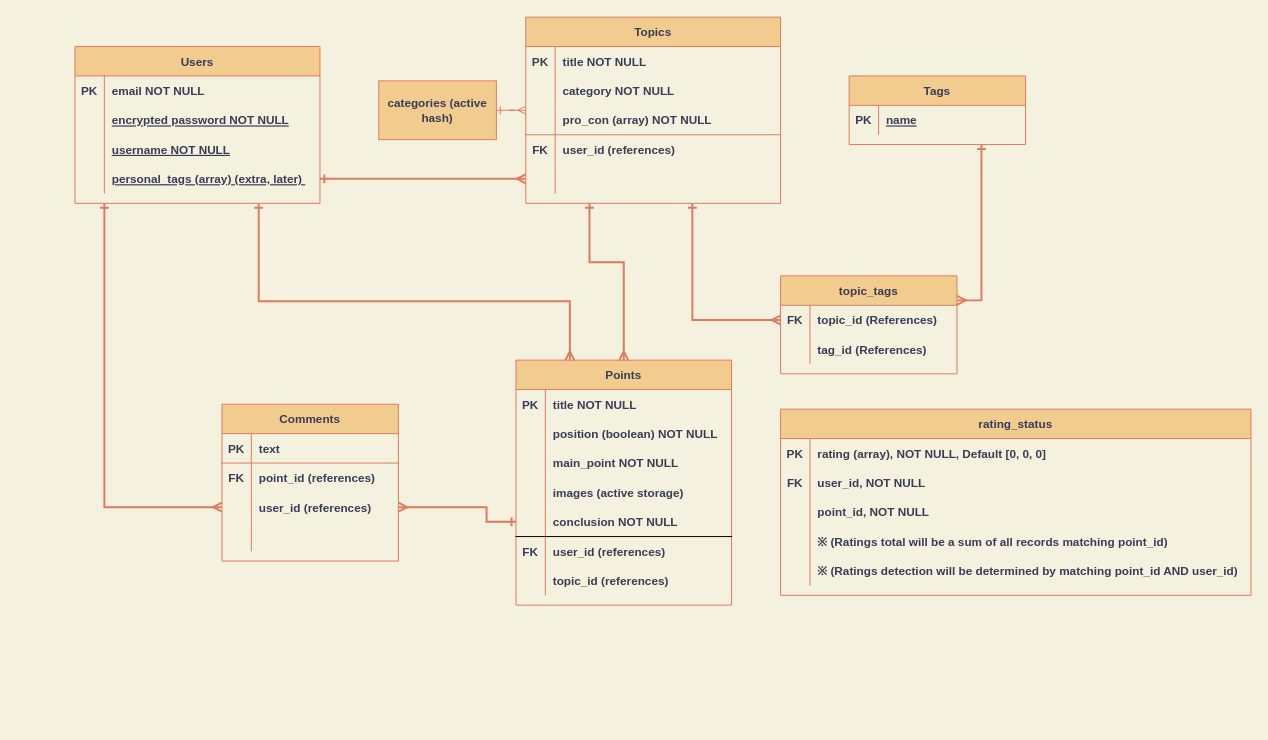
The draw.io diagram ER.drawio in FM-HXR/nebulus, before the edit. Source tidied: cells renumbered, new cells numbered last; positions are measured from the earlier drawing's top-left corner, leaving out a move shared by most shapes. Both pictures are drawn from the tidied source at 98%, with x=0, y=0 at pixel (74, 17).
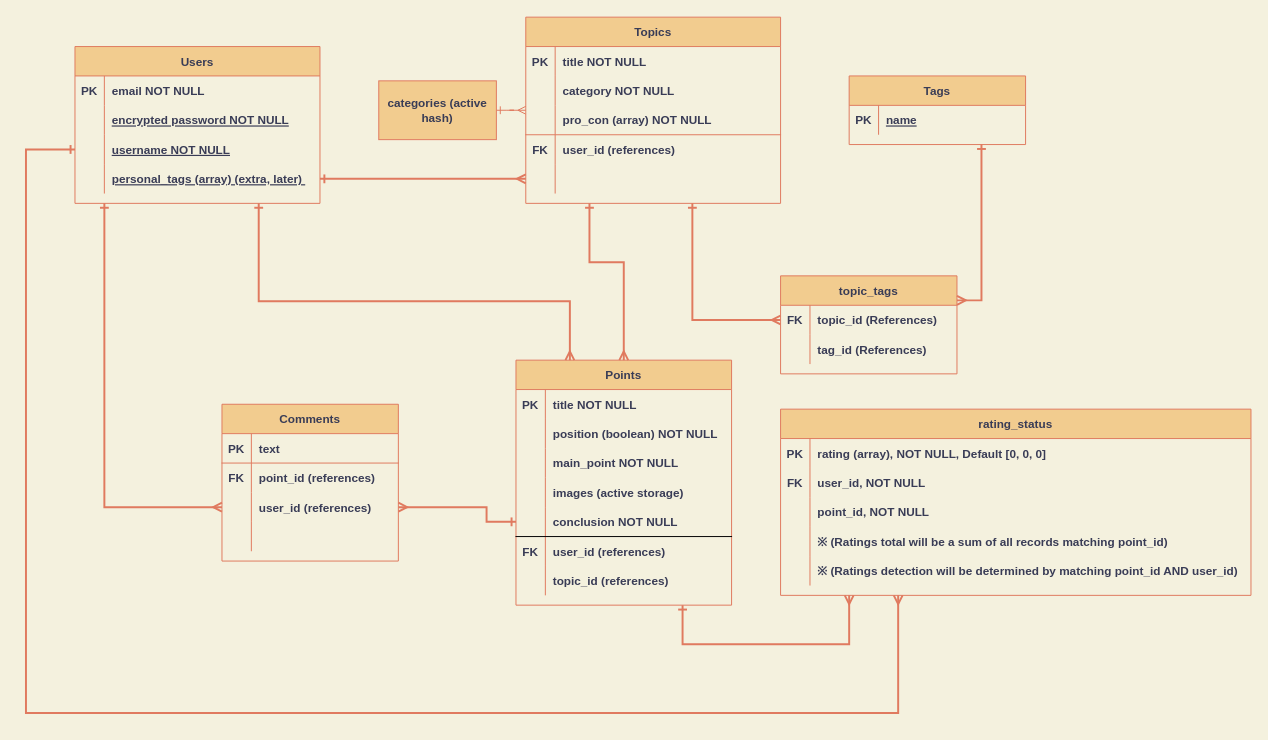
The same page after the edit.

Unchanged cells that the change refers to:
```xml
<mxCell id="44" style="shape=partialRectangle;fillColor=none;top=0;left=0;bottom=1;right=0;points=[[0,0.5],[1,0.5]];portConstraint=eastwest;fontColor=#393C56;strokeColor=none;" parent="37" vertex="1">
  <mxGeometry y="90" width="250" height="30" as="geometry" />
</mxCell>
<mxCell id="86" value="rating_status" style="shape=table;startSize=30;childLayout=tableLayout;rowLines=0;fontStyle=1;align=center;fillColor=#F2CC8F;strokeColor=#E07A5F;fontColor=#393C56;" parent="1" vertex="1">
  <mxGeometry x="720" y="400" width="480" height="190" as="geometry" />
</mxCell>
```

Diff of the diagram source:
```diff
@@
+    <mxCell id="102" style="endArrow=ERmany;html=1;rounded=0;strokeColor=#E07A5F;fillColor=#F2CC8F;fontColor=#393C56;edgeStyle=orthogonalEdgeStyle;startArrow=ERone;startFill=0;endFill=0;strokeWidth=2;" parent="1" edge="1">
+      <mxGeometry relative="1" as="geometry">
+        <mxPoint x="620" y="600" as="sourcePoint" />
+        <mxPoint x="790" y="590" as="targetPoint" />
+        <Array as="points">
+          <mxPoint x="620" y="640" />
+          <mxPoint x="790" y="640" />
+        </Array>
+      </mxGeometry>
+    </mxCell>
+    <mxCell id="103" style="endArrow=ERmany;html=1;rounded=0;strokeColor=#E07A5F;fillColor=#F2CC8F;fontColor=#393C56;edgeStyle=orthogonalEdgeStyle;startArrow=ERone;startFill=0;endFill=0;strokeWidth=2;exitX=0;exitY=0.5;exitDx=0;exitDy=0;entryX=0.25;entryY=1;entryDx=0;entryDy=0;" parent="1" edge="1" source="44" target="86">
+      <mxGeometry relative="1" as="geometry">
+        <Array as="points">
+          <mxPoint x="-50" y="135" />
+          <mxPoint x="-50" y="710" />
+          <mxPoint x="840" y="710" />
+        </Array>
+      </mxGeometry>
+    </mxCell>
```
